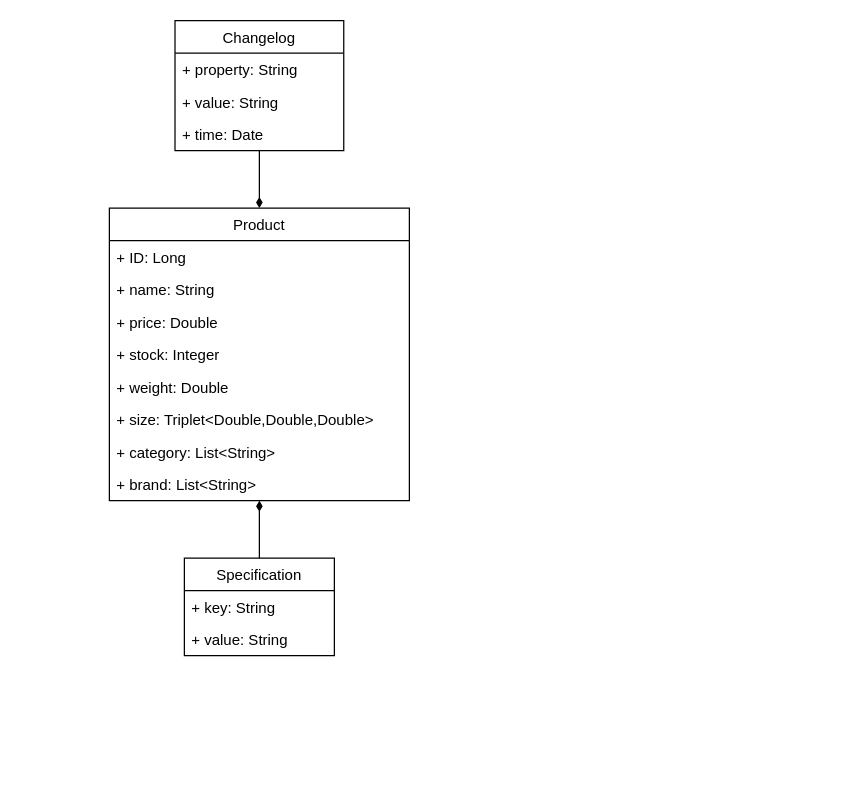
The draw.io diagram product.drawio in jrsmith12138/diagrams, before the edit. Source tidied: cells renumbered, new cells numbered last; positions are measured from the earlier drawing's top-left corner, leaving out a move shared by most shapes. Both pictures are drawn from the tidied source at 125%, with x=0, y=0 at pixel (109, 20).
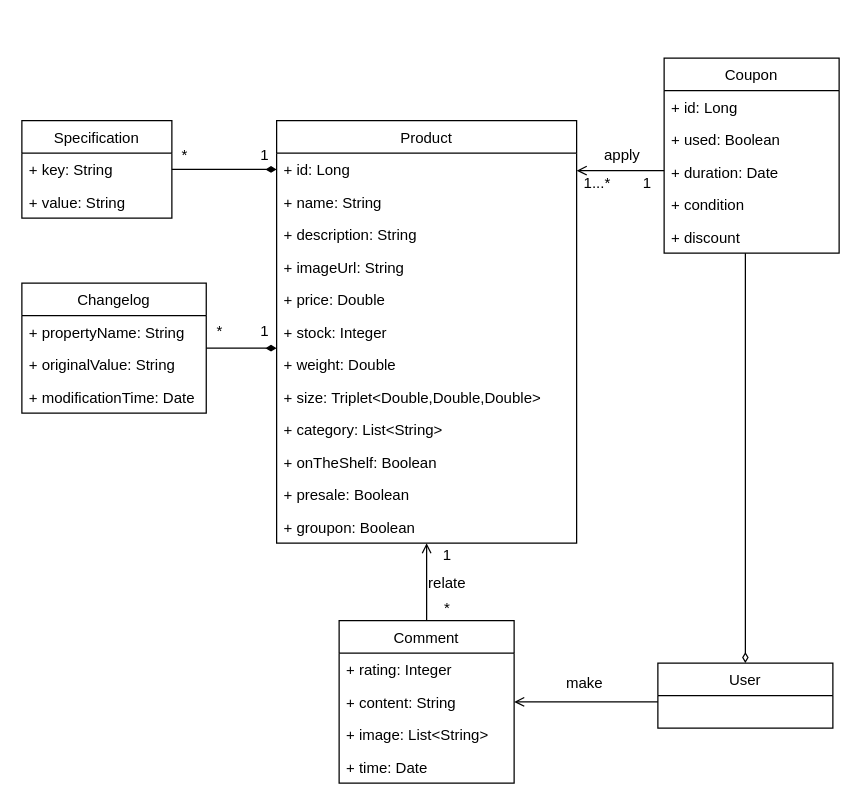
After the change.

What changed in the source:
```diff
@@
     <mxCell id="2" style="edgeStyle=orthogonalEdgeStyle;rounded=0;jettySize=auto;html=1;endArrow=diamondThin;endFill=1;" parent="1" edge="1" source="13" target="4">
-      <mxGeometry relative="1" as="geometry" />
+      <mxGeometry relative="1" as="geometry">
+        <Array as="points">
+          <mxPoint x="113.8" y="119" />
+          <mxPoint x="113.8" y="119" />
+        </Array>
+      </mxGeometry>
     </mxCell>
     <mxCell id="3" style="edgeStyle=orthogonalEdgeStyle;rounded=0;jettySize=auto;html=1;endArrow=diamondThin;endFill=1;" parent="1" edge="1" source="16" target="4">
-      <mxGeometry relative="1" as="geometry" />
+      <mxGeometry relative="1" as="geometry">
+        <Array as="points">
+          <mxPoint x="113.8" y="262" />
+          <mxPoint x="113.8" y="262" />
+        </Array>
+      </mxGeometry>
     </mxCell>
+    <mxCell id="20" style="edgeStyle=orthogonalEdgeStyle;rounded=0;jettySize=auto;html=1;endArrow=none;endFill=0;startArrow=open;startFill=0;" parent="1" edge="1" source="4" target="40">
+      <mxGeometry relative="1" as="geometry" />
+    </mxCell>
+    <mxCell id="21" style="edgeStyle=orthogonalEdgeStyle;rounded=0;jettySize=auto;html=1;endArrow=none;endFill=0;startArrow=open;startFill=0;" parent="1" edge="1" source="4" target="28">
+      <mxGeometry relative="1" as="geometry">
+        <Array as="points">
+          <mxPoint x="410" y="120" />
+          <mxPoint x="410" y="120" />
+        </Array>
+      </mxGeometry>
+    </mxCell>
+    <mxCell id="22" style="edgeStyle=orthogonalEdgeStyle;rounded=0;jettySize=auto;html=1;endArrow=open;endFill=0;" parent="1" edge="1" source="50" target="40">
+      <mxGeometry relative="1" as="geometry">
+        <Array as="points">
+          <mxPoint x="420" y="545" />
+          <mxPoint x="420" y="545" />
+        </Array>
+      </mxGeometry>
+    </mxCell>
+    <mxCell id="23" style="edgeStyle=orthogonalEdgeStyle;rounded=0;jettySize=auto;html=1;endArrow=none;endFill=0;startArrow=diamondThin;startFill=0;" parent="1" edge="1" source="50" target="28">
+      <mxGeometry relative="1" as="geometry">
+        <Array as="points">
+          <mxPoint x="509" y="330" />
+          <mxPoint x="509" y="330" />
+        </Array>
+      </mxGeometry>
+    </mxCell>
     <mxCell id="4" value="Product" style="swimlane;fontStyle=0;horizontal=1;startSize=26;fillColor=none;" parent="1" vertex="1">
-      <mxGeometry y="150" width="240" height="234" as="geometry" />
+      <mxGeometry x="133.8" y="80" width="240" height="338" as="geometry" />
     </mxCell>
-    <mxCell id="5" value="+ ID: Long" style="text;strokeColor=none;fillColor=none;align=left;verticalAlign=top;spacingLeft=4;spacingRight=4;overflow=hidden;" parent="4" vertex="1">
+    <mxCell id="5" value="+ id: Long" style="text;strokeColor=none;fillColor=none;align=left;verticalAlign=top;spacingLeft=4;spacingRight=4;overflow=hidden;" parent="4" vertex="1">
       <mxGeometry y="26" width="240" height="26" as="geometry" />
     </mxCell>
@@
+    <mxCell id="24" value="+ description: String" style="text;strokeColor=none;fillColor=none;align=left;verticalAlign=top;spacingLeft=4;spacingRight=4;overflow=hidden;" parent="4" vertex="1">
+      <mxGeometry y="78" width="240" height="26" as="geometry" />
+    </mxCell>
+    <mxCell id="25" value="+ imageUrl: String" style="text;strokeColor=none;fillColor=none;align=left;verticalAlign=top;spacingLeft=4;spacingRight=4;overflow=hidden;" parent="4" vertex="1">
+      <mxGeometry y="104" width="240" height="26" as="geometry" />
+    </mxCell>
     <mxCell id="7" value="+ price: Double" style="text;strokeColor=none;fillColor=none;align=left;verticalAlign=top;spacingLeft=4;spacingRight=4;overflow=hidden;" parent="4" vertex="1">
-      <mxGeometry y="78" width="240" height="26" as="geometry" />
+      <mxGeometry y="130" width="240" height="26" as="geometry" />
     </mxCell>
     <mxCell id="8" value="+ stock: Integer" style="text;strokeColor=none;fillColor=none;align=left;verticalAlign=top;spacingLeft=4;spacingRight=4;overflow=hidden;" parent="4" vertex="1">
-      <mxGeometry y="104" width="240" height="26" as="geometry" />
+      <mxGeometry y="156" width="240" height="26" as="geometry" />
     </mxCell>
     <mxCell id="9" value="+ weight: Double" style="text;strokeColor=none;fillColor=none;align=left;verticalAlign=top;spacingLeft=4;spacingRight=4;overflow=hidden;" parent="4" vertex="1">
-      <mxGeometry y="130" width="240" height="26" as="geometry" />
+      <mxGeometry y="182" width="240" height="26" as="geometry" />
     </mxCell>
     <mxCell id="10" value="+ size: Triplet&lt;Double,Double,Double&gt;" style="text;strokeColor=none;fillColor=none;align=left;verticalAlign=top;spacingLeft=4;spacingRight=4;overflow=hidden;" parent="4" vertex="1">
-      <mxGeometry y="156" width="240" height="26" as="geometry" />
+      <mxGeometry y="208" width="240" height="26" as="geometry" />
     </mxCell>
     <mxCell id="11" value="+ category: List&lt;String&gt;" style="text;strokeColor=none;fillColor=none;align=left;verticalAlign=top;spacingLeft=4;spacingRight=4;overflow=hidden;" parent="4" vertex="1">
-      <mxGeometry y="182" width="240" height="26" as="geometry" />
+      <mxGeometry y="234" width="240" height="26" as="geometry" />
     </mxCell>
+    <mxCell id="26" value="+ onTheShelf: Boolean" style="text;strokeColor=none;fillColor=none;align=left;verticalAlign=top;spacingLeft=4;spacingRight=4;overflow=hidden;" parent="4" vertex="1">
+      <mxGeometry y="260" width="240" height="26" as="geometry" />
+    </mxCell>
-    <mxCell id="12" value="+ brand: List&lt;String&gt;" style="text;strokeColor=none;fillColor=none;align=left;verticalAlign=top;spacingLeft=4;spacingRight=4;overflow=hidden;" parent="4" vertex="1">
-      <mxGeometry y="208" width="240" height="26" as="geometry" />
+    <mxCell id="12" value="+ presale: Boolean" style="text;strokeColor=none;fillColor=none;align=left;verticalAlign=top;spacingLeft=4;spacingRight=4;overflow=hidden;" parent="4" vertex="1">
+      <mxGeometry y="286" width="240" height="26" as="geometry" />
     </mxCell>
-    <mxCell id="13" value="Specification" style="swimlane;fontStyle=0;horizontal=1;startSize=26;fillColor=none;" parent="1" vertex="1">
-      <mxGeometry x="60" y="430" width="120" height="78" as="geometry" />
-    </mxCell>
-    <mxCell id="14" value="+ key: String" style="text;strokeColor=none;fillColor=none;align=left;verticalAlign=top;spacingLeft=4;spacingRight=4;overflow=hidden;" parent="13" vertex="1">
-      <mxGeometry y="26" width="120" height="26" as="geometry" />
-    </mxCell>
-    <mxCell id="15" value="+ value: String" style="text;strokeColor=none;fillColor=none;align=left;verticalAlign=top;spacingLeft=4;spacingRight=4;overflow=hidden;" parent="13" vertex="1">
-      <mxGeometry y="52" width="120" height="26" as="geometry" />
-    </mxCell>
+    <mxCell id="27" value="+ groupon: Boolean" style="text;strokeColor=none;fillColor=none;align=left;verticalAlign=top;spacingLeft=4;spacingRight=4;overflow=hidden;" parent="4" vertex="1">
+      <mxGeometry y="312" width="240" height="26" as="geometry" />
+    </mxCell>
     <mxCell id="16" value="Changelog" style="swimlane;fontStyle=0;horizontal=1;startSize=26;fillColor=none;" parent="1" vertex="1">
-      <mxGeometry x="52.5" width="135" height="104" as="geometry" />
+      <mxGeometry x="-70" y="210" width="147.5" height="104" as="geometry" />
     </mxCell>
-    <mxCell id="17" value="+ property: String" style="text;strokeColor=none;fillColor=none;align=left;verticalAlign=top;spacingLeft=4;spacingRight=4;overflow=hidden;" parent="16" vertex="1">
-      <mxGeometry y="26" width="135" height="26" as="geometry" />
+    <mxCell id="17" value="+ propertyName: String" style="text;strokeColor=none;fillColor=none;align=left;verticalAlign=top;spacingLeft=4;spacingRight=4;overflow=hidden;" parent="16" vertex="1">
+      <mxGeometry y="26" width="147.5" height="26" as="geometry" />
     </mxCell>
-    <mxCell id="18" value="+ value: String" style="text;strokeColor=none;fillColor=none;align=left;verticalAlign=top;spacingLeft=4;spacingRight=4;overflow=hidden;" parent="16" vertex="1">
-      <mxGeometry y="52" width="135" height="26" as="geometry" />
+    <mxCell id="18" value="+ originalValue: String" style="text;strokeColor=none;fillColor=none;align=left;verticalAlign=top;spacingLeft=4;spacingRight=4;overflow=hidden;" parent="16" vertex="1">
+      <mxGeometry y="52" width="147.5" height="26" as="geometry" />
     </mxCell>
-    <mxCell id="19" value="+ time: Date" style="text;strokeColor=none;fillColor=none;align=left;verticalAlign=top;spacingLeft=4;spacingRight=4;overflow=hidden;" parent="16" vertex="1">
-      <mxGeometry y="78" width="135" height="26" as="geometry" />
+    <mxCell id="19" value="+ modificationTime: Date" style="text;strokeColor=none;fillColor=none;align=left;verticalAlign=top;spacingLeft=4;spacingRight=4;overflow=hidden;" parent="16" vertex="1">
+      <mxGeometry y="78" width="147.5" height="26" as="geometry" />
     </mxCell>
+    <mxCell id="13" value="Specification" style="swimlane;fontStyle=0;horizontal=1;startSize=26;fillColor=none;" parent="1" vertex="1">
+      <mxGeometry x="-70" y="80" width="120" height="78" as="geometry" />
+    </mxCell>
+    <mxCell id="14" value="+ key: String" style="text;strokeColor=none;fillColor=none;align=left;verticalAlign=top;spacingLeft=4;spacingRight=4;overflow=hidden;" parent="13" vertex="1">
+      <mxGeometry y="26" width="120" height="26" as="geometry" />
+    </mxCell>
+    <mxCell id="15" value="+ value: String" style="text;strokeColor=none;fillColor=none;align=left;verticalAlign=top;spacingLeft=4;spacingRight=4;overflow=hidden;" parent="13" vertex="1">
+      <mxGeometry y="52" width="120" height="26" as="geometry" />
+    </mxCell>
+    <mxCell id="28" value="Coupon" style="swimlane;fontStyle=0;horizontal=1;startSize=26;fillColor=none;" parent="1" vertex="1">
+      <mxGeometry x="443.8" y="30" width="140" height="156" as="geometry" />
+    </mxCell>
+    <mxCell id="29" value="+ id: Long" style="text;strokeColor=none;fillColor=none;align=left;verticalAlign=top;spacingLeft=4;spacingRight=4;overflow=hidden;" parent="28" vertex="1">
+      <mxGeometry y="26" width="140" height="26" as="geometry" />
+    </mxCell>
+    <mxCell id="30" value="+ used: Boolean" style="text;strokeColor=none;fillColor=none;align=left;verticalAlign=top;spacingLeft=4;spacingRight=4;overflow=hidden;" parent="28" vertex="1">
+      <mxGeometry y="52" width="140" height="26" as="geometry" />
+    </mxCell>
+    <mxCell id="31" value="+ duration: Date" style="text;strokeColor=none;fillColor=none;align=left;verticalAlign=top;spacingLeft=4;spacingRight=4;overflow=hidden;" parent="28" vertex="1">
+      <mxGeometry y="78" width="140" height="26" as="geometry" />
+    </mxCell>
+    <mxCell id="32" value="+ condition" style="text;strokeColor=none;fillColor=none;align=left;verticalAlign=top;spacingLeft=4;spacingRight=4;overflow=hidden;" parent="28" vertex="1">
+      <mxGeometry y="104" width="140" height="26" as="geometry" />
+    </mxCell>
+    <mxCell id="33" value="+ discount" style="text;strokeColor=none;fillColor=none;align=left;verticalAlign=top;spacingLeft=4;spacingRight=4;overflow=hidden;" parent="28" vertex="1">
+      <mxGeometry y="130" width="140" height="26" as="geometry" />
+    </mxCell>
+    <mxCell id="34" value="1" style="text;html=1;align=center;verticalAlign=middle;" parent="1" vertex="1">
+      <mxGeometry x="113.8" y="98" width="20" height="20" as="geometry" />
+    </mxCell>
+    <mxCell id="35" value="*" style="text;html=1;align=center;verticalAlign=middle;" parent="1" vertex="1">
+      <mxGeometry x="50" y="98" width="20" height="20" as="geometry" />
+    </mxCell>
+    <mxCell id="36" value="1" style="text;html=1;align=center;verticalAlign=middle;" parent="1" vertex="1">
+      <mxGeometry x="113.8" y="239" width="20" height="20" as="geometry" />
+    </mxCell>
+    <mxCell id="37" value="*" style="text;html=1;align=center;verticalAlign=middle;" parent="1" vertex="1">
+      <mxGeometry x="77.5" y="239" width="20" height="20" as="geometry" />
+    </mxCell>
+    <mxCell id="38" value="1" style="text;html=1;align=center;verticalAlign=middle;" parent="1" vertex="1">
+      <mxGeometry x="260" y="418" width="20" height="20" as="geometry" />
+    </mxCell>
+    <mxCell id="39" value="*" style="text;html=1;align=center;verticalAlign=middle;" parent="1" vertex="1">
+      <mxGeometry x="260" y="460" width="20" height="20" as="geometry" />
+    </mxCell>
+    <mxCell id="40" value="Comment" style="swimlane;fontStyle=0;horizontal=1;startSize=26;fillColor=none;" parent="1" vertex="1">
+      <mxGeometry x="183.8" y="480" width="140" height="130" as="geometry" />
+    </mxCell>
+    <mxCell id="41" value="+ rating: Integer" style="text;strokeColor=none;fillColor=none;align=left;verticalAlign=top;spacingLeft=4;spacingRight=4;overflow=hidden;" parent="40" vertex="1">
+      <mxGeometry y="26" width="140" height="26" as="geometry" />
+    </mxCell>
+    <mxCell id="42" value="+ content: String" style="text;strokeColor=none;fillColor=none;align=left;verticalAlign=top;spacingLeft=4;spacingRight=4;overflow=hidden;" parent="40" vertex="1">
+      <mxGeometry y="52" width="140" height="26" as="geometry" />
+    </mxCell>
+    <mxCell id="43" value="+ image: List&lt;String&gt;" style="text;strokeColor=none;fillColor=none;align=left;verticalAlign=top;spacingLeft=4;spacingRight=4;overflow=hidden;" parent="40" vertex="1">
+      <mxGeometry y="78" width="140" height="26" as="geometry" />
+    </mxCell>
+    <mxCell id="44" value="+ time: Date" style="text;strokeColor=none;fillColor=none;align=left;verticalAlign=top;spacingLeft=4;spacingRight=4;overflow=hidden;" parent="40" vertex="1">
+      <mxGeometry y="104" width="140" height="26" as="geometry" />
+    </mxCell>
+    <mxCell id="45" value="relate" style="text;html=1;align=center;verticalAlign=middle;" parent="1" vertex="1">
+      <mxGeometry x="245" y="440" width="50" height="20" as="geometry" />
+    </mxCell>
+    <mxCell id="46" value="make" style="text;html=1;align=center;verticalAlign=middle;" parent="1" vertex="1">
+      <mxGeometry x="360" y="520" width="40" height="20" as="geometry" />
+    </mxCell>
+    <mxCell id="47" value="apply" style="text;html=1;align=center;verticalAlign=middle;" parent="1" vertex="1">
+      <mxGeometry x="390" y="98" width="40" height="20" as="geometry" />
+    </mxCell>
+    <mxCell id="48" value="1" style="text;html=1;align=center;verticalAlign=middle;" parent="1" vertex="1">
+      <mxGeometry x="420" y="120" width="20" height="20" as="geometry" />
+    </mxCell>
+    <mxCell id="49" value="1...*" style="text;html=1;align=center;verticalAlign=middle;" parent="1" vertex="1">
+      <mxGeometry x="370" y="120" width="40" height="20" as="geometry" />
+    </mxCell>
+    <mxCell id="50" value="User" style="swimlane;fontStyle=0;horizontal=1;startSize=26;fillColor=none;" parent="1" vertex="1">
+      <mxGeometry x="438.8" y="514" width="140" height="52" as="geometry" />
+    </mxCell>
```
